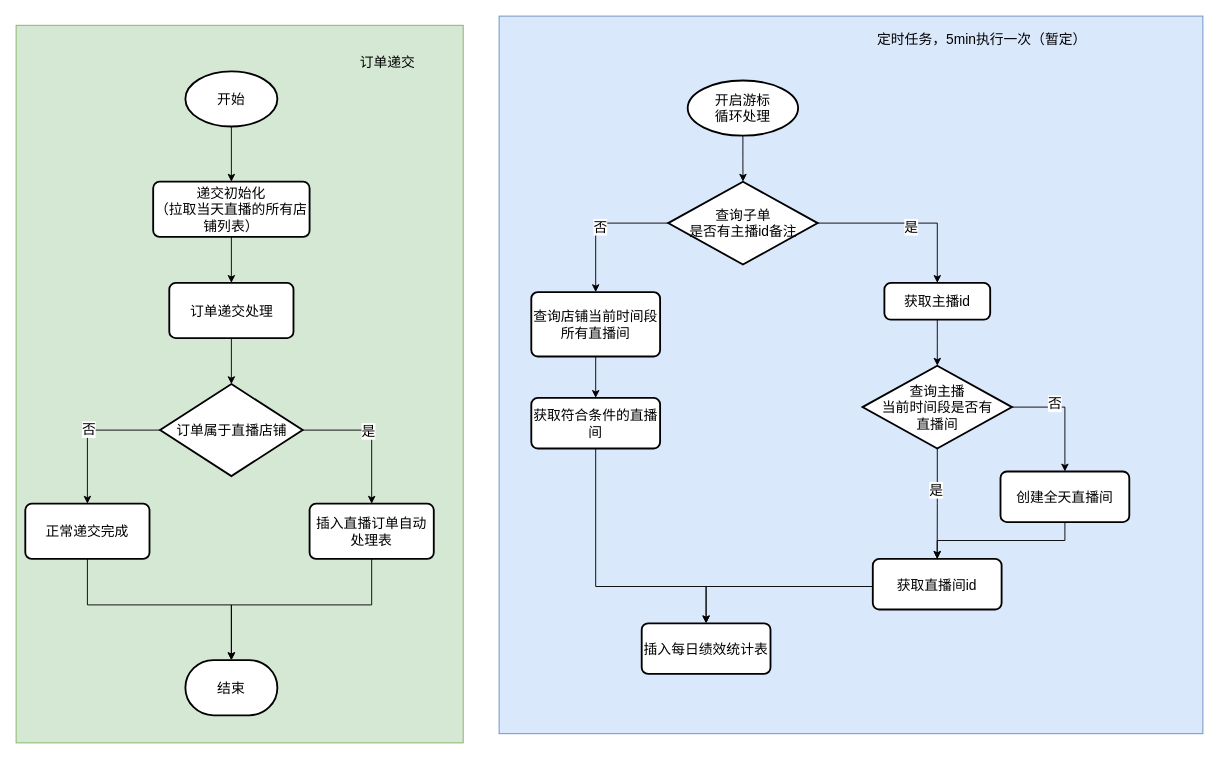
The draw.io diagram 直播绩效.drawio in letmesayok/MdPic, before the edit. Source tidied: cells renumbered, new cells numbered last; positions are measured from the earlier drawing's top-left corner, leaving out a move shared by most shapes. Both pictures are drawn from the tidied source at 92%, with x=0, y=0 at pixel (16, 16).
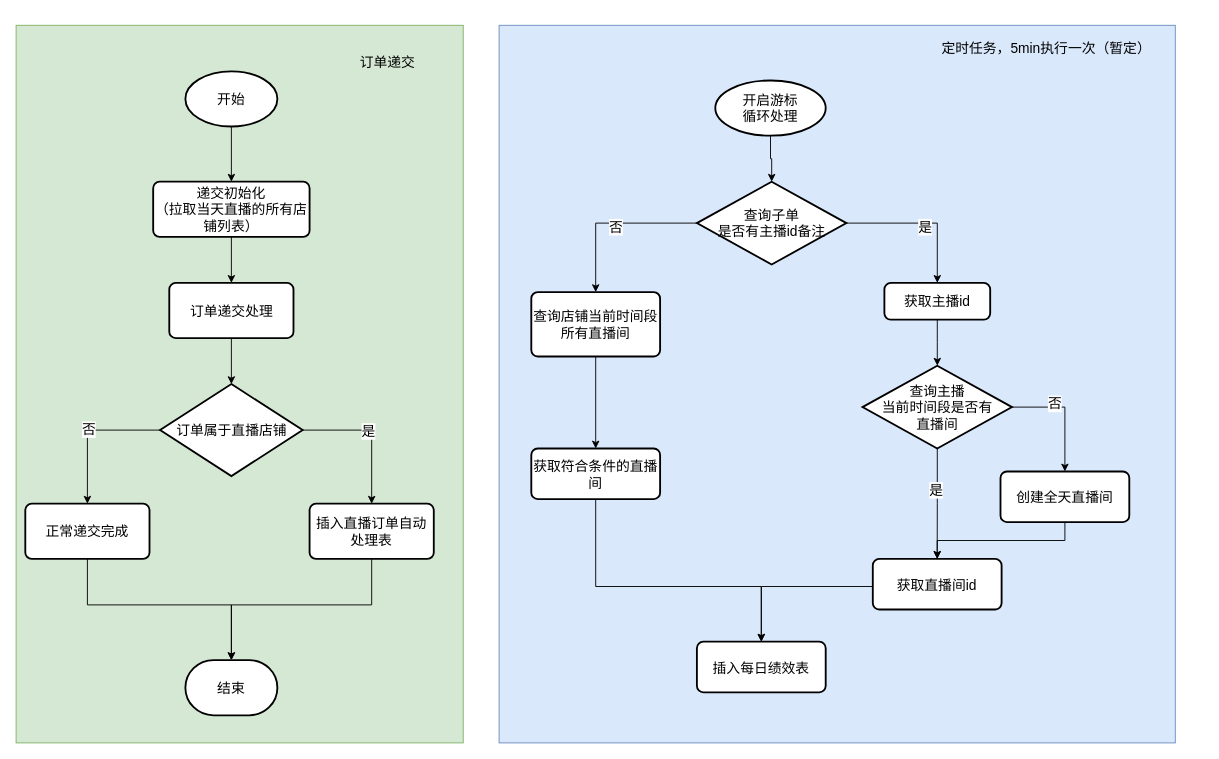
The same diagram, later.

Commit message (it also covers changes not shown here):
更新直播绩效.drawio

Unchanged cells that the change refers to:
```xml
<mxCell id="44" value="获取直播间id" style="rounded=1;whiteSpace=wrap;html=1;absoluteArcSize=1;arcSize=14;strokeWidth=2;fontFamily=Helvetica;fontSize=15;" parent="1" vertex="1">
  <mxGeometry x="931.2" y="590" width="140" height="55" as="geometry" />
</mxCell>
```

Change to the diagram source:
```diff
@@
     <mxCell id="3" style="whiteSpace=wrap;html=1;fontFamily=Helvetica;fontSize=15;fillColor=#dae8fc;strokeColor=#6c8ebf;" parent="1" vertex="1">
-      <mxGeometry x="525" width="765" height="780" as="geometry" />
+      <mxGeometry x="525" y="10" width="735" height="780" as="geometry" />
     </mxCell>
@@
     <mxCell id="21" value="定时任务，5min执行一次（暂定）" style="text;html=1;strokeColor=none;fillColor=none;align=center;verticalAlign=middle;whiteSpace=wrap;rounded=0;fontFamily=Helvetica;fontSize=15;" parent="1" vertex="1">
-      <mxGeometry x="930" y="10" width="240" height="30" as="geometry" />
+      <mxGeometry x="1000" y="20" width="240" height="30" as="geometry" />
     </mxCell>
@@
     <mxCell id="26" value="查询子单&lt;br&gt;是否有主播id备注" style="strokeWidth=2;html=1;shape=mxgraph.flowchart.decision;whiteSpace=wrap;fontFamily=Helvetica;fontSize=15;" parent="1" vertex="1">
-      <mxGeometry x="708.8" y="180" width="162.5" height="90" as="geometry" />
+      <mxGeometry x="740" y="180" width="162.5" height="90" as="geometry" />
     </mxCell>
@@
     <mxCell id="30" value="开启游标&lt;br&gt;循环处理" style="strokeWidth=2;html=1;shape=mxgraph.flowchart.start_1;whiteSpace=wrap;fontFamily=Helvetica;fontSize=15;" parent="1" vertex="1">
-      <mxGeometry x="730" y="70" width="120" height="60" as="geometry" />
+      <mxGeometry x="760" y="70" width="120" height="60" as="geometry" />
     </mxCell>
@@
     <mxCell id="38" style="edgeStyle=orthogonalEdgeStyle;rounded=0;jettySize=auto;html=1;entryX=0.5;entryY=0;entryDx=0;entryDy=0;fontFamily=Helvetica;fontSize=15;" parent="1" edge="1" source="39" target="40">
       <mxGeometry relative="1" as="geometry">
         <Array as="points">
           <mxPoint x="630" y="620" />
-          <mxPoint x="750" y="620" />
+          <mxPoint x="810" y="620" />
         </Array>
       </mxGeometry>
     </mxCell>
     <mxCell id="39" value="获取符合条件的直播间" style="rounded=1;whiteSpace=wrap;html=1;absoluteArcSize=1;arcSize=14;strokeWidth=2;fontFamily=Helvetica;fontSize=15;" parent="1" vertex="1">
-      <mxGeometry x="560" y="415" width="140" height="55" as="geometry" />
+      <mxGeometry x="560" y="470" width="140" height="55" as="geometry" />
     </mxCell>
-    <mxCell id="40" value="插入每日绩效统计表" style="rounded=1;whiteSpace=wrap;html=1;absoluteArcSize=1;arcSize=14;strokeWidth=2;fontFamily=Helvetica;fontSize=15;" parent="1" vertex="1">
-      <mxGeometry x="680" y="660" width="140" height="55" as="geometry" />
+    <mxCell id="40" value="插入每日绩效表" style="rounded=1;whiteSpace=wrap;html=1;absoluteArcSize=1;arcSize=14;strokeWidth=2;fontFamily=Helvetica;fontSize=15;" parent="1" vertex="1">
+      <mxGeometry x="740" y="680" width="140" height="55" as="geometry" />
     </mxCell>
@@
-    <mxCell id="43" style="edgeStyle=orthogonalEdgeStyle;rounded=0;jettySize=auto;html=1;fontFamily=Helvetica;fontSize=15;entryX=0.5;entryY=0;entryDx=0;entryDy=0;" parent="1" edge="1" source="44" target="40">
+    <mxCell id="43" style="edgeStyle=orthogonalEdgeStyle;rounded=0;jettySize=auto;html=1;entryX=0.5;entryY=0;entryDx=0;entryDy=0;fontFamily=Helvetica;fontSize=15;" parent="1" edge="1" source="44" target="40">
       <mxGeometry relative="1" as="geometry">
         <Array as="points">
-          <mxPoint x="750" y="620" />
+          <mxPoint x="810" y="620" />
         </Array>
       </mxGeometry>
     </mxCell>
```
